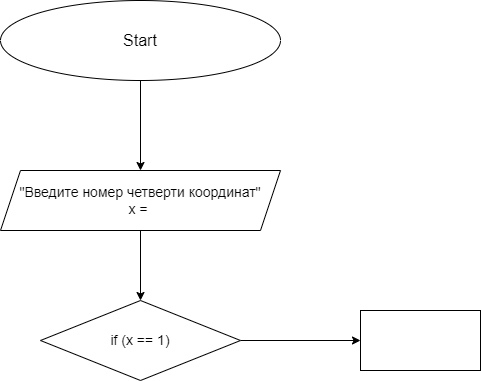
Above: Task4/diagram.drawio.png in VasilievKonst/PyHomeWork1 (draw.io), before the change. Source tidied: cells renumbered, new cells last; positions are measured from the earlier drawing's top-left corner, leaving out a move shared by most shapes. The source it was exported from:
```xml
<mxGraphModel>
  <root>
    <mxCell id="0" />
    <mxCell id="1" parent="0" />
    <mxCell id="2" style="edgeStyle=none;html=1;fontSize=14;" parent="1" edge="1" source="3" target="5">
      <mxGeometry relative="1" as="geometry" />
    </mxCell>
    <mxCell id="3" value="&lt;font size=&quot;3&quot;&gt;Start&lt;/font&gt;" style="ellipse;whiteSpace=wrap;html=1;" parent="1" vertex="1">
      <mxGeometry width="280" height="80" as="geometry" />
    </mxCell>
    <mxCell id="4" style="edgeStyle=none;html=1;fontSize=14;" parent="1" edge="1" source="5" target="7">
      <mxGeometry relative="1" as="geometry" />
    </mxCell>
    <mxCell id="5" value="&lt;font style=&quot;font-size: 14px&quot;&gt;&quot;Введите номер четверти координат&quot;&lt;br&gt;x =&amp;nbsp;&lt;/font&gt;" style="shape=parallelogram;perimeter=parallelogramPerimeter;whiteSpace=wrap;html=1;fixedSize=1;" parent="1" vertex="1">
      <mxGeometry y="170" width="280" height="60" as="geometry" />
    </mxCell>
    <mxCell id="6" style="edgeStyle=none;html=1;fontSize=14;" parent="1" edge="1" source="7" target="8">
      <mxGeometry relative="1" as="geometry" />
    </mxCell>
    <mxCell id="7" value="&lt;font style=&quot;font-size: 14px&quot;&gt;if (x == 1)&lt;/font&gt;" style="rhombus;whiteSpace=wrap;html=1;" parent="1" vertex="1">
      <mxGeometry x="40" y="300" width="200" height="80" as="geometry" />
    </mxCell>
    <mxCell id="8" style="whiteSpace=wrap;html=1;" parent="1" vertex="1">
      <mxGeometry x="360" y="310" width="120" height="60" as="geometry" />
    </mxCell>
  </root>
</mxGraphModel>
```
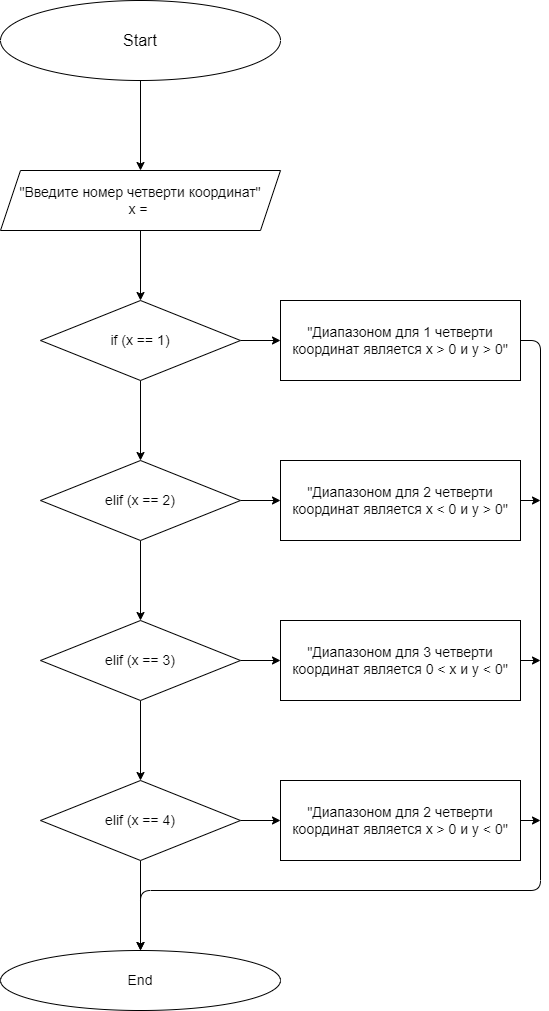
After the change.

Commit message:
save diagram for all tasks

The edit, as a diff of the source:
```diff
@@ -17,11 +17,77 @@
     <mxCell id="6" style="edgeStyle=none;html=1;fontSize=14;" parent="1" edge="1" source="7" target="8">
       <mxGeometry relative="1" as="geometry" />
     </mxCell>
+    <mxCell id="9" style="edgeStyle=none;html=1;" parent="1" edge="1" source="7" target="13">
+      <mxGeometry relative="1" as="geometry" />
+    </mxCell>
     <mxCell id="7" value="&lt;font style=&quot;font-size: 14px&quot;&gt;if (x == 1)&lt;/font&gt;" style="rhombus;whiteSpace=wrap;html=1;" parent="1" vertex="1">
       <mxGeometry x="40" y="300" width="200" height="80" as="geometry" />
     </mxCell>
+    <mxCell id="10" style="edgeStyle=none;html=1;exitX=1;exitY=0.5;exitDx=0;exitDy=0;entryX=0.5;entryY=0;entryDx=0;entryDy=0;fontSize=14;" parent="1" edge="1" source="8" target="26">
+      <mxGeometry relative="1" as="geometry">
+        <Array as="points">
+          <mxPoint x="540" y="340" />
+          <mxPoint x="540" y="890" />
+          <mxPoint x="140" y="890" />
+        </Array>
+      </mxGeometry>
+    </mxCell>
-    <mxCell id="8" style="whiteSpace=wrap;html=1;" parent="1" vertex="1">
-      <mxGeometry x="360" y="310" width="120" height="60" as="geometry" />
+    <mxCell id="8" value="&lt;font style=&quot;font-size: 14px&quot;&gt;&quot;Диапазоном для 1 четверти координат является x &amp;gt; 0 и y &amp;gt; 0&quot;&lt;/font&gt;" style="whiteSpace=wrap;html=1;" parent="1" vertex="1">
+      <mxGeometry x="280" y="300" width="240" height="80" as="geometry" />
     </mxCell>
+    <mxCell id="11" style="edgeStyle=none;html=1;" parent="1" edge="1" source="13" target="15">
+      <mxGeometry relative="1" as="geometry" />
+    </mxCell>
+    <mxCell id="12" style="edgeStyle=none;html=1;" parent="1" edge="1" source="13" target="18">
+      <mxGeometry relative="1" as="geometry" />
+    </mxCell>
+    <mxCell id="13" value="&lt;font style=&quot;font-size: 14px&quot;&gt;elif (x == 2)&lt;/font&gt;" style="rhombus;whiteSpace=wrap;html=1;" parent="1" vertex="1">
+      <mxGeometry x="40" y="460" width="200" height="80" as="geometry" />
+    </mxCell>
+    <mxCell id="14" style="edgeStyle=none;html=1;exitX=1;exitY=0.5;exitDx=0;exitDy=0;fontSize=14;" parent="1" edge="1" source="15">
+      <mxGeometry relative="1" as="geometry">
+        <mxPoint x="540" y="500" as="targetPoint" />
+      </mxGeometry>
+    </mxCell>
+    <mxCell id="15" value="&lt;span style=&quot;font-size: 14px&quot;&gt;&quot;Диапазоном для 2 четверти координат является x &amp;lt; 0 и y &amp;gt; 0&quot;&lt;/span&gt;" style="whiteSpace=wrap;html=1;" parent="1" vertex="1">
+      <mxGeometry x="280" y="460" width="240" height="80" as="geometry" />
+    </mxCell>
+    <mxCell id="16" style="edgeStyle=none;html=1;" parent="1" edge="1" source="18" target="21">
+      <mxGeometry relative="1" as="geometry" />
+    </mxCell>
+    <mxCell id="17" style="edgeStyle=none;html=1;" parent="1" edge="1" source="18" target="23">
+      <mxGeometry relative="1" as="geometry" />
+    </mxCell>
+    <mxCell id="18" value="&lt;font style=&quot;font-size: 14px&quot;&gt;elif (x == 3)&lt;/font&gt;" style="rhombus;whiteSpace=wrap;html=1;" parent="1" vertex="1">
+      <mxGeometry x="40" y="620" width="200" height="80" as="geometry" />
+    </mxCell>
+    <mxCell id="19" style="edgeStyle=none;html=1;" parent="1" edge="1" source="21" target="25">
+      <mxGeometry relative="1" as="geometry" />
+    </mxCell>
+    <mxCell id="20" style="edgeStyle=none;html=1;" parent="1" edge="1" source="21" target="26">
+      <mxGeometry relative="1" as="geometry" />
+    </mxCell>
+    <mxCell id="21" value="&lt;font style=&quot;font-size: 14px&quot;&gt;elif (x == 4)&lt;/font&gt;" style="rhombus;whiteSpace=wrap;html=1;" parent="1" vertex="1">
+      <mxGeometry x="40" y="780" width="200" height="80" as="geometry" />
+    </mxCell>
+    <mxCell id="22" style="edgeStyle=none;html=1;exitX=1;exitY=0.5;exitDx=0;exitDy=0;fontSize=14;" parent="1" edge="1" source="23">
+      <mxGeometry relative="1" as="geometry">
+        <mxPoint x="540" y="660" as="targetPoint" />
+      </mxGeometry>
+    </mxCell>
+    <mxCell id="23" value="&lt;span style=&quot;font-size: 14px&quot;&gt;&quot;Диапазоном для 3 четверти координат является 0 &amp;lt; x и y &amp;lt; 0&quot;&lt;/span&gt;" style="whiteSpace=wrap;html=1;" parent="1" vertex="1">
+      <mxGeometry x="280" y="620" width="240" height="80" as="geometry" />
+    </mxCell>
+    <mxCell id="24" style="edgeStyle=none;html=1;exitX=1;exitY=0.5;exitDx=0;exitDy=0;fontSize=14;" parent="1" edge="1" source="25">
+      <mxGeometry relative="1" as="geometry">
+        <mxPoint x="540" y="820" as="targetPoint" />
+      </mxGeometry>
+    </mxCell>
+    <mxCell id="25" value="&lt;span style=&quot;font-size: 14px&quot;&gt;&quot;Диапазоном для 2 четверти координат является x &amp;gt; 0 и y &amp;lt; 0&quot;&lt;/span&gt;" style="whiteSpace=wrap;html=1;" parent="1" vertex="1">
+      <mxGeometry x="280" y="780" width="240" height="80" as="geometry" />
+    </mxCell>
+    <mxCell id="26" value="&lt;font style=&quot;font-size: 14px&quot;&gt;End&lt;/font&gt;" style="ellipse;whiteSpace=wrap;html=1;" parent="1" vertex="1">
+      <mxGeometry y="950" width="280" height="60" as="geometry" />
+    </mxCell>
   </root>
 </mxGraphModel>
```
